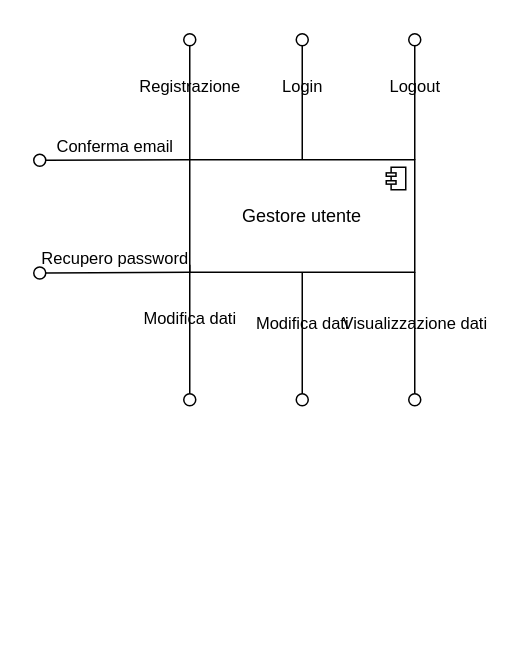
Above: Components_diagram.drawio in andreapedrini01/Ingegneria-del-Software (draw.io), before the change. Source tidied: cells renumbered, new cells numbered last; positions are measured from the earlier drawing's top-left corner, leaving out a move shared by most shapes. Both pictures are drawn from the tidied source at 150%, with x=0, y=0 at pixel (39, 39).
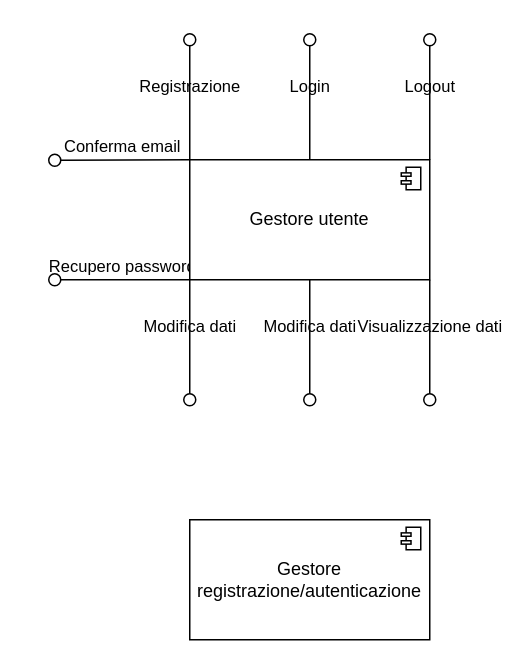
Above is the later version.

What changed in the source:
```diff
@@
 <mxGraphModel>
   <root>
     <mxCell id="0" />
     <mxCell id="1" parent="0" />
-    <mxCell id="2" value="Registrazione" style="html=1;verticalAlign=bottom;labelBackgroundColor=none;endArrow=oval;endFill=0;endSize=8;rounded=0;" parent="1" edge="1">
+    <mxCell id="2" value="Registrazione" style="html=1;verticalAlign=bottom;labelBackgroundColor=none;endArrow=oval;endFill=0;endSize=8;rounded=0;exitX=0;exitY=0;exitDx=0;exitDy=0;exitPerimeter=0;" parent="1" edge="1" source="5">
       <mxGeometry relative="1" as="geometry">
-        <mxPoint x="100" y="80" as="sourcePoint" />
         <mxPoint x="100" as="targetPoint" />
       </mxGeometry>
     </mxCell>
     <mxCell id="3" value="Login" style="html=1;verticalAlign=bottom;labelBackgroundColor=none;endArrow=oval;endFill=0;endSize=8;rounded=0;exitX=0.5;exitY=0;exitDx=0;exitDy=0;exitPerimeter=0;" parent="1" edge="1" source="5">
       <mxGeometry relative="1" as="geometry">
-        <mxPoint x="175" as="targetPoint" />
+        <mxPoint x="180" as="targetPoint" />
       </mxGeometry>
     </mxCell>
-    <mxCell id="4" value="Logout" style="html=1;verticalAlign=bottom;labelBackgroundColor=none;endArrow=oval;endFill=0;endSize=8;rounded=0;" parent="1" edge="1">
+    <mxCell id="4" value="Logout" style="html=1;verticalAlign=bottom;labelBackgroundColor=none;endArrow=oval;endFill=0;endSize=8;rounded=0;exitX=1;exitY=0;exitDx=0;exitDy=0;exitPerimeter=0;" parent="1" edge="1" source="5">
       <mxGeometry relative="1" as="geometry">
-        <mxPoint x="250" y="80" as="sourcePoint" />
-        <mxPoint x="250" as="targetPoint" />
+        <mxPoint x="260" as="targetPoint" />
       </mxGeometry>
     </mxCell>
-    <mxCell id="5" value="Gestore utente" style="html=1;outlineConnect=0;whiteSpace=wrap;shape=mxgraph.archimate3.application;appType=comp;archiType=square;" parent="1" vertex="1">
-      <mxGeometry x="100" y="80" width="150" height="75" as="geometry" />
-    </mxCell>
-    <mxCell id="6" value="Modifica dati" style="html=1;verticalAlign=bottom;labelBackgroundColor=none;endArrow=oval;endFill=0;endSize=8;rounded=0;" parent="1" edge="1">
+    <mxCell id="6" value="Modifica dati" style="html=1;verticalAlign=bottom;labelBackgroundColor=none;endArrow=oval;endFill=0;endSize=8;rounded=0;exitX=0;exitY=1;exitDx=0;exitDy=0;exitPerimeter=0;" parent="1" edge="1" source="5">
       <mxGeometry relative="1" as="geometry">
-        <mxPoint x="100" y="150" as="sourcePoint" />
         <mxPoint x="100" y="240" as="targetPoint" />
       </mxGeometry>
     </mxCell>
-    <mxCell id="7" value="Visualizzazione dati" style="html=1;verticalAlign=bottom;labelBackgroundColor=none;endArrow=oval;endFill=0;endSize=8;rounded=0;" parent="1" edge="1">
+    <mxCell id="7" value="Visualizzazione dati" style="html=1;verticalAlign=bottom;labelBackgroundColor=none;endArrow=oval;endFill=0;endSize=8;rounded=0;exitX=1;exitY=1;exitDx=0;exitDy=0;exitPerimeter=0;" parent="1" edge="1" source="5">
       <mxGeometry relative="1" as="geometry">
-        <mxPoint x="250" y="155" as="sourcePoint" />
-        <mxPoint x="250" y="240" as="targetPoint" />
+        <mxPoint x="260" y="240" as="targetPoint" />
       </mxGeometry>
     </mxCell>
     <mxCell id="8" value="Modifica dati" style="html=1;verticalAlign=bottom;labelBackgroundColor=none;endArrow=oval;endFill=0;endSize=8;rounded=0;exitX=0.5;exitY=1;exitDx=0;exitDy=0;exitPerimeter=0;" parent="1" edge="1" source="5">
       <mxGeometry relative="1" as="geometry">
-        <mxPoint x="175" y="240" as="targetPoint" />
+        <mxPoint x="180" y="240" as="targetPoint" />
       </mxGeometry>
     </mxCell>
-    <mxCell id="9" value="Conferma email" style="html=1;verticalAlign=bottom;labelBackgroundColor=none;endArrow=oval;endFill=0;endSize=8;rounded=0;" parent="1" edge="1">
+    <mxCell id="9" value="Conferma email" style="html=1;verticalAlign=bottom;labelBackgroundColor=none;endArrow=oval;endFill=0;endSize=8;rounded=0;exitX=0;exitY=0;exitDx=0;exitDy=0;exitPerimeter=0;" parent="1" edge="1" source="5">
       <mxGeometry relative="1" as="geometry">
-        <mxPoint x="100" y="80" as="sourcePoint" />
-        <mxPoint y="80.3" as="targetPoint" />
+        <mxPoint x="10" y="80.3" as="targetPoint" />
       </mxGeometry>
     </mxCell>
-    <mxCell id="10" value="Recupero password" style="html=1;verticalAlign=bottom;labelBackgroundColor=none;endArrow=oval;endFill=0;endSize=8;rounded=0;exitX=0;exitY=0.5;exitDx=0;exitDy=0;exitPerimeter=0;" parent="1" edge="1">
+    <mxCell id="10" value="Recupero password" style="html=1;verticalAlign=bottom;labelBackgroundColor=none;endArrow=oval;endFill=0;endSize=8;rounded=0;exitX=0;exitY=1;exitDx=0;exitDy=0;exitPerimeter=0;" parent="1" edge="1" source="5">
       <mxGeometry relative="1" as="geometry">
-        <mxPoint x="100" y="155" as="sourcePoint" />
-        <mxPoint y="155.5" as="targetPoint" />
+        <mxPoint x="10" y="160" as="targetPoint" />
       </mxGeometry>
     </mxCell>
+    <mxCell id="11" value="Gestore registrazione/autenticazione" style="html=1;whiteSpace=wrap;shape=mxgraph.archimate3.application;appType=comp;archiType=square;" parent="1" vertex="1">
+      <mxGeometry x="100" y="320" width="160" height="80" as="geometry" />
+    </mxCell>
+    <mxCell id="5" value="Gestore utente" style="html=1;outlineConnect=0;whiteSpace=wrap;shape=mxgraph.archimate3.application;appType=comp;archiType=square;" parent="1" vertex="1">
+      <mxGeometry x="100" y="80" width="160" height="80" as="geometry" />
+    </mxCell>
   </root>
 </mxGraphModel>
```
